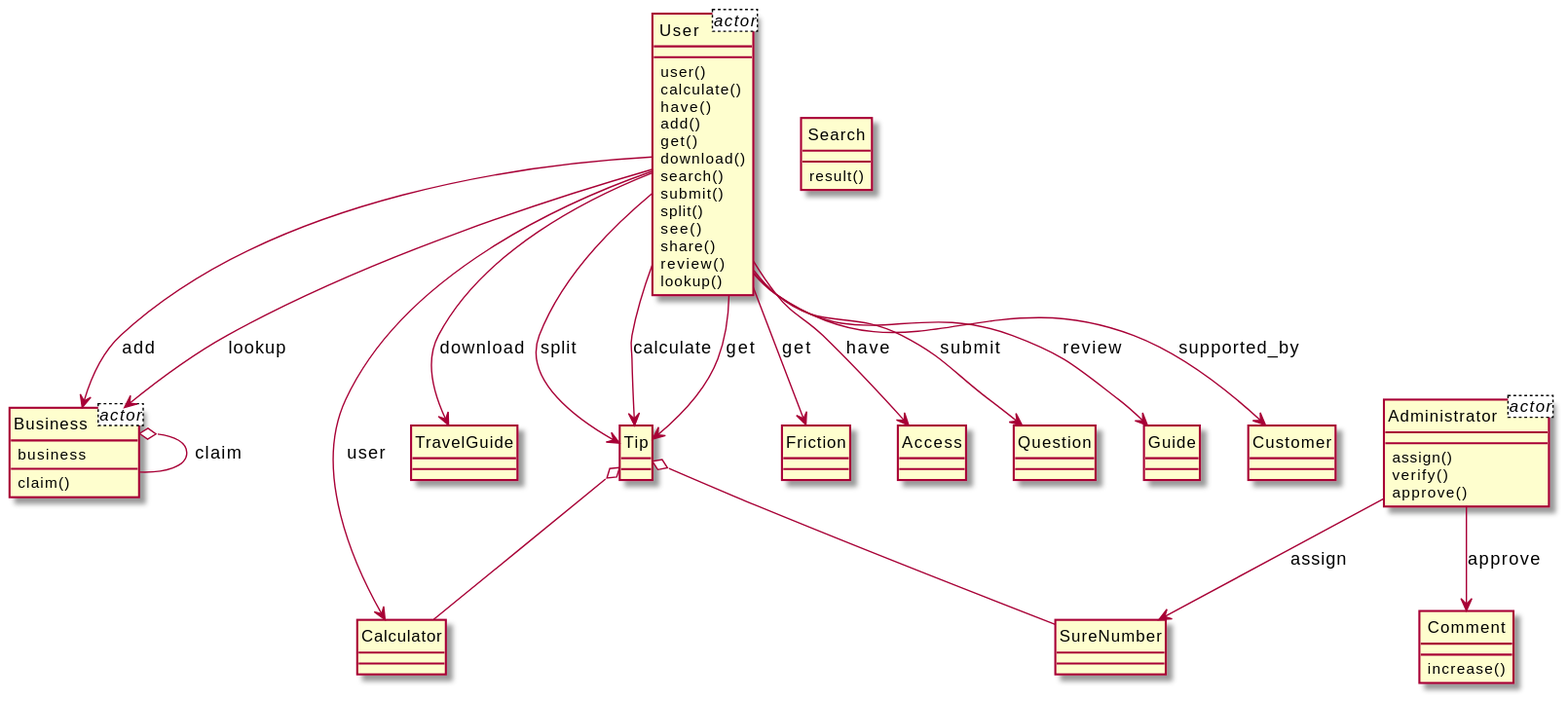
xixixhalu/DomainModelExtractor keeps this PlantUML diagram as output/diagram_5/2014-USC-Project09.svg. Above is the earlier version.
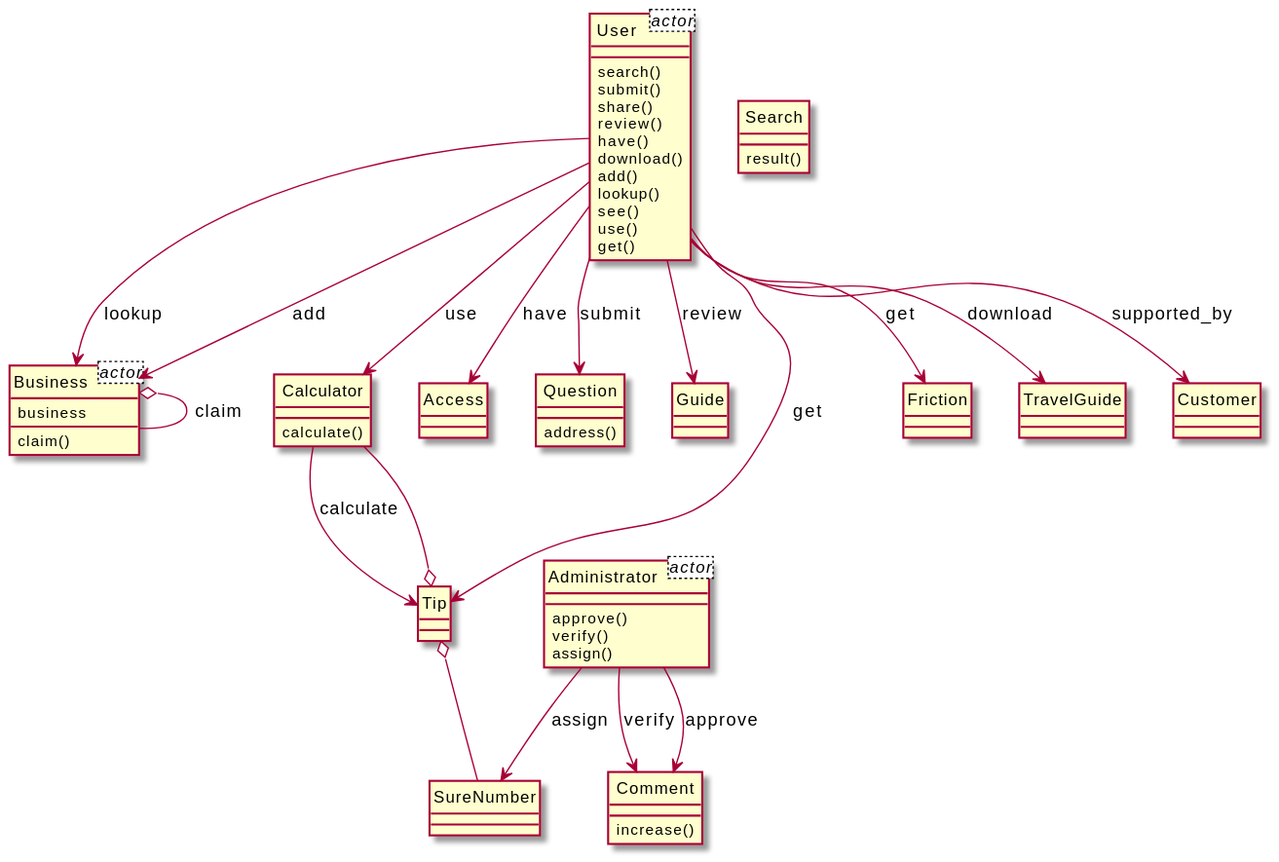
Later version of the same file.

Diff of the diagram source:
```diff
@@ -10,65 +10,65 @@
 class SureNumber {
 }
 class Calculator {
+	calculate()
 }
 class User {
-	user()
-	calculate()
-	have()
-	add()
-	get()
-	download()
 	search()
 	submit()
-	split()
-	see()
 	share()
 	review()
+	have()
+	download()
+	add()
 	lookup()
+	see()
+	use()
+	get()
+}
+class Access {
+}
+class Search {
+	result()
+}
+class Question {
+	address()
+}
+class Administrator {
+	approve()
+	verify()
+	assign()
 }
 class Business {
 	claim()
 }
-class Search {
-	result()
-}
-class TravelGuide {
-}
-class Administrator {
-	assign()
-	verify()
-	approve()
-}
 class Comment {
 	increase()
+}
+class Guide {
 }
 class Tip {
 }
 class Friction {
 }
-class Access {
-}
-class Question {
-}
-class Guide {
+class TravelGuide {
 }
 class Customer {
 }
+User --> Friction : get
+User --> Access : have
+User --> Customer : supported_by
+Administrator --> SureNumber : assign
+User --> Business : lookup
+User --> TravelGuide : download
+Administrator --> Comment : verify
+User --> Tip : get
+Business o-- Business : claim
 User --> Business : add
-User --> Business : lookup
+User --> Question : submit
+Calculator --> Tip : calculate
+Tip o-- Calculator
+User --> Calculator : use
+User --> Guide : review
+Administrator --> Comment : approve
 Tip o-- SureNumber
-Administrator --> Comment : approve
-User --> Access : have
-User --> Tip : split
-Tip o-- Calculator
-User --> Guide : review
-User --> Tip : calculate
-User --> Friction : get
-User --> Tip : get
-Administrator --> SureNumber : assign
-User --> TravelGuide : download
-Business o-- Business : claim
-User --> Customer : supported_by
-User --> Question : submit
-User --> Calculator : user
 @enduml
```
